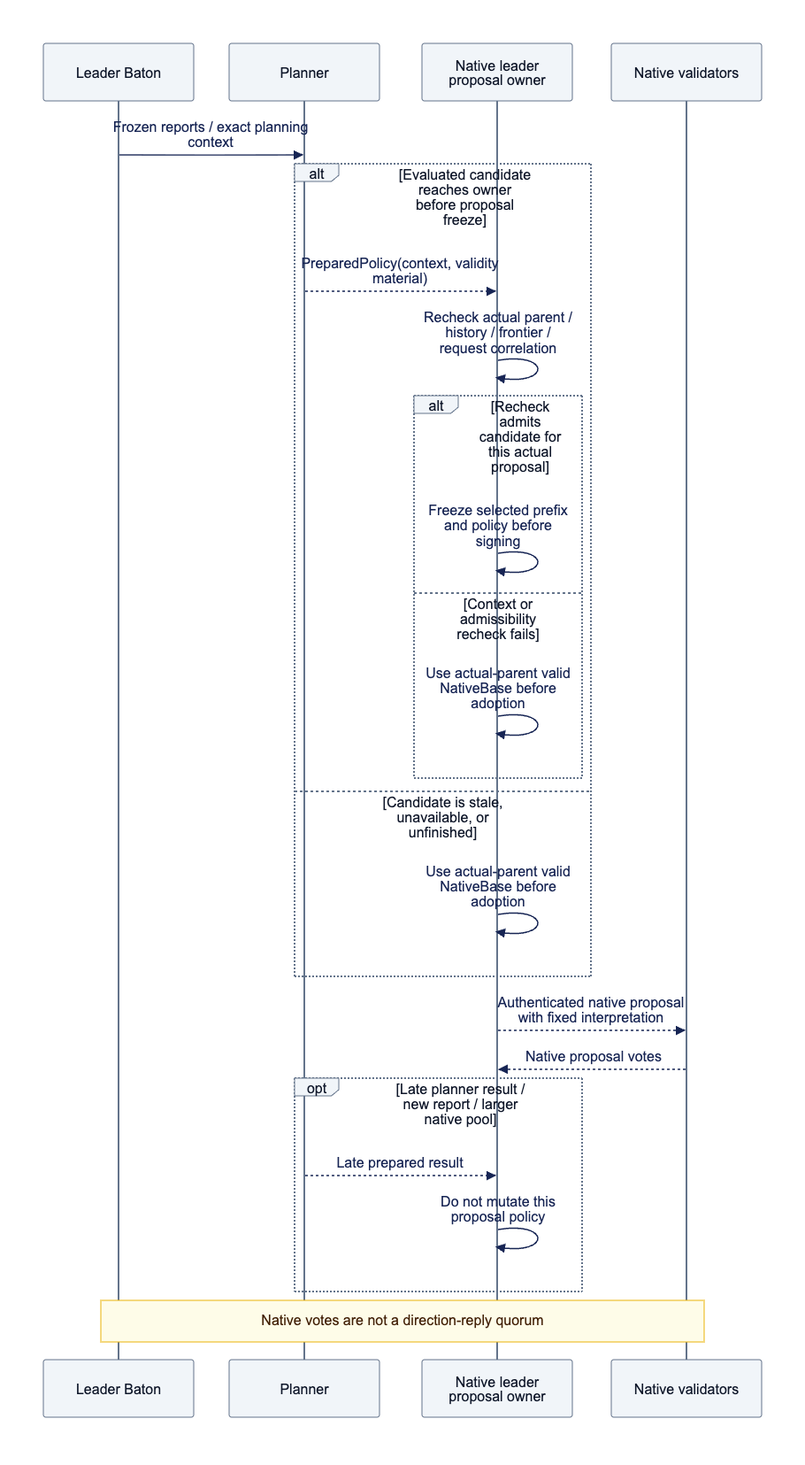
djm07073/baton-research keeps this Mermaid diagram as docs/assets/diagrams/diagram-12.png. Above is the earlier version. Its source is kept beside it as docs/assets/diagrams/diagram-12.mmd. The source it was exported from:
```mermaid
sequenceDiagram
    participant L as Leader Baton
    participant P as Planner
    participant N as Native leader proposal owner
    participant V as Native validators
    L->>P: Frozen reports / exact planning context
    alt Evaluated candidate reaches owner before proposal freeze
        P-->>N: PreparedPolicy(context, validity material)
        N->>N: Recheck actual parent / history / frontier / request correlation
        alt Recheck admits candidate for this actual proposal
            N->>N: Freeze selected prefix and policy before signing
        else Context or admissibility recheck fails
            N->>N: Use actual-parent valid NativeBase before adoption
        end
    else Candidate is stale, unavailable, or unfinished
        N->>N: Use actual-parent valid NativeBase before adoption
    end
    N-->>V: Authenticated native proposal with fixed interpretation
    V-->>N: Native proposal votes
    opt Late planner result / new report / larger native pool
        P-->>N: Late prepared result
        N->>N: Do not mutate this proposal policy
    end
    Note over L,V: Native votes are not a direction-reply quorum
```
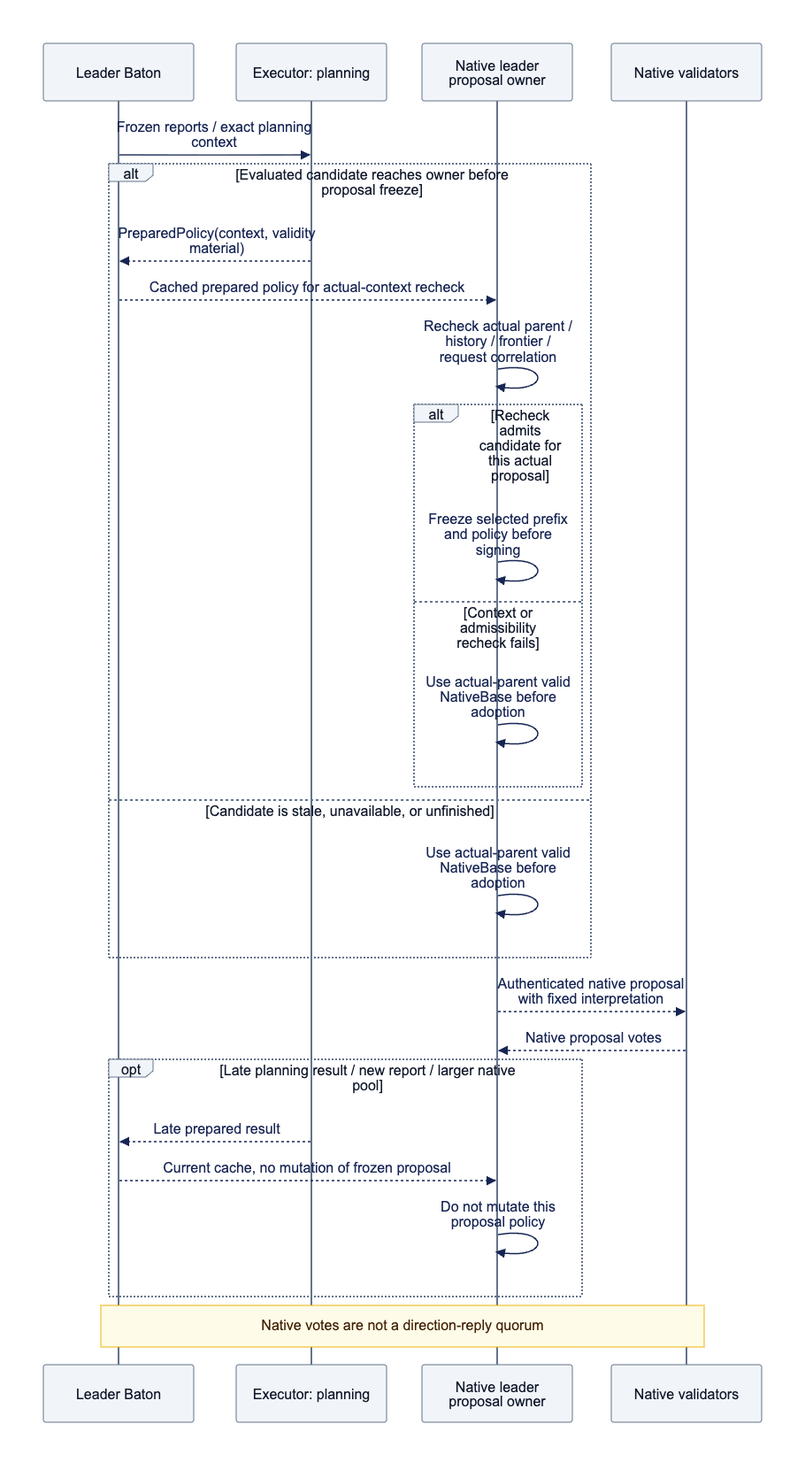
Above is the later version.

What changed in the source:
```diff
@@ -1,11 +1,12 @@
 sequenceDiagram
     participant L as Leader Baton
-    participant P as Planner
+    participant P as Executor: planning
     participant N as Native leader proposal owner
     participant V as Native validators
     L->>P: Frozen reports / exact planning context
     alt Evaluated candidate reaches owner before proposal freeze
-        P-->>N: PreparedPolicy(context, validity material)
+        P-->>L: PreparedPolicy(context, validity material)
+        L-->>N: Cached prepared policy for actual-context recheck
         N->>N: Recheck actual parent / history / frontier / request correlation
         alt Recheck admits candidate for this actual proposal
             N->>N: Freeze selected prefix and policy before signing
@@ -17,8 +18,9 @@
     end
     N-->>V: Authenticated native proposal with fixed interpretation
     V-->>N: Native proposal votes
-    opt Late planner result / new report / larger native pool
-        P-->>N: Late prepared result
+    opt Late planning result / new report / larger native pool
+        P-->>L: Late prepared result
+        L-->>N: Current cache, no mutation of frozen proposal
         N->>N: Do not mutate this proposal policy
     end
     Note over L,V: Native votes are not a direction-reply quorum
```
